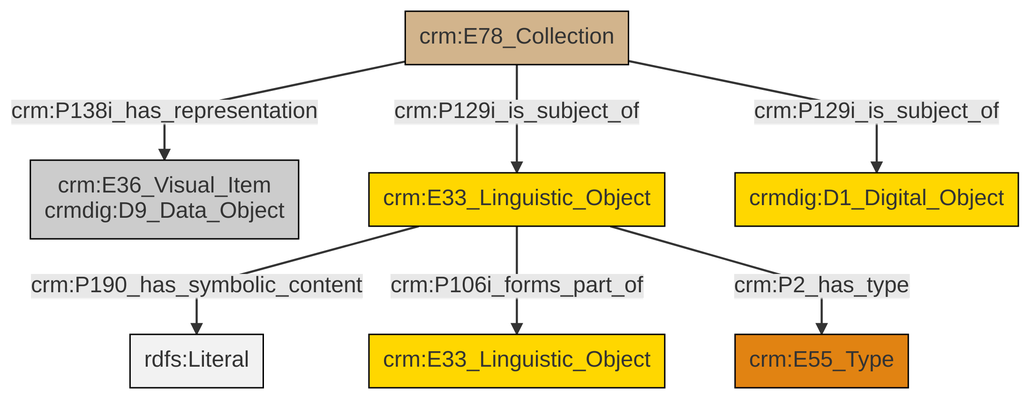
swiss-art-research-net/docs.swissartresearch keeps this Mermaid diagram as et/archivalCSV/ttl/mmd/png/archival_docs.png. Above is the earlier version. Its source is kept beside it as et/archivalCSV/ttl/mmd/archival_docs.ttl.mmd.
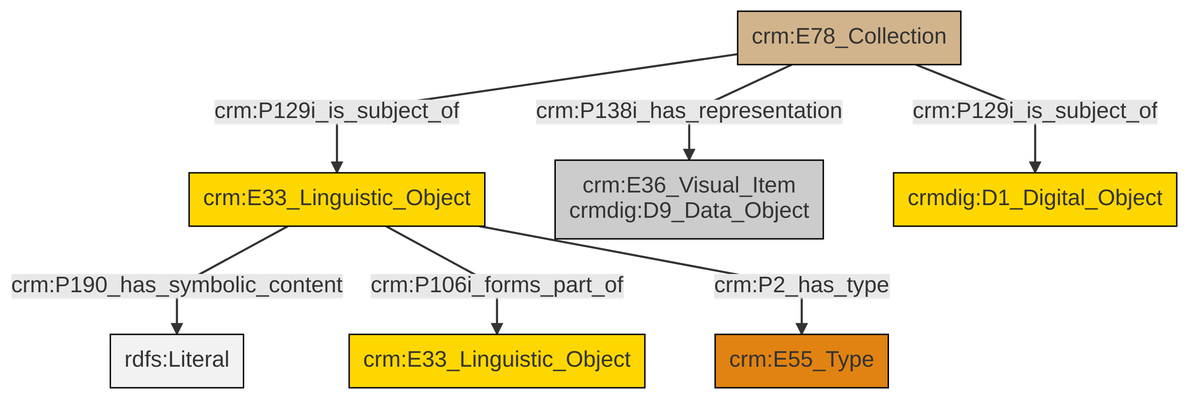
After the change.

Change to the diagram source:
```diff
@@ -13,9 +13,9 @@
 classDef PC_Classes fill:#4ce600, stroke:#000000;
 classDef Multi fill:#cccccc,stroke:#000000;
 
-0["crm:E78_Collection"]:::Physical_Thing -->|crm:P138i_has_representation| 1["crm:E36_Visual_Item<br>crmdig:D9_Data_Object"]:::Multi
-2["crm:E33_Linguistic_Object"]:::Conceptual_Object -->|crm:P190_has_symbolic_content| 5[rdfs:Literal]:::Literal
-2["crm:E33_Linguistic_Object"]:::Conceptual_Object -->|crm:P106i_forms_part_of| 8["crm:E33_Linguistic_Object"]:::Conceptual_Object
-0["crm:E78_Collection"]:::Physical_Thing -->|crm:P129i_is_subject_of| 2["crm:E33_Linguistic_Object"]:::Conceptual_Object
-2["crm:E33_Linguistic_Object"]:::Conceptual_Object -->|crm:P2_has_type| 6["crm:E55_Type"]:::Type
-0["crm:E78_Collection"]:::Physical_Thing -->|crm:P129i_is_subject_of| 9["crmdig:D1_Digital_Object"]:::Conceptual_Object
+0["crm:E33_Linguistic_Object"]:::Conceptual_Object -->|crm:P190_has_symbolic_content| 1[rdfs:Literal]:::Literal
+4["crm:E78_Collection"]:::Physical_Thing -->|crm:P129i_is_subject_of| 0["crm:E33_Linguistic_Object"]:::Conceptual_Object
+4["crm:E78_Collection"]:::Physical_Thing -->|crm:P138i_has_representation| 8["crm:E36_Visual_Item<br>crmdig:D9_Data_Object"]:::Multi
+0["crm:E33_Linguistic_Object"]:::Conceptual_Object -->|crm:P106i_forms_part_of| 11["crm:E33_Linguistic_Object"]:::Conceptual_Object
+4["crm:E78_Collection"]:::Physical_Thing -->|crm:P129i_is_subject_of| 13["crmdig:D1_Digital_Object"]:::Conceptual_Object
+0["crm:E33_Linguistic_Object"]:::Conceptual_Object -->|crm:P2_has_type| 2["crm:E55_Type"]:::Type
```
